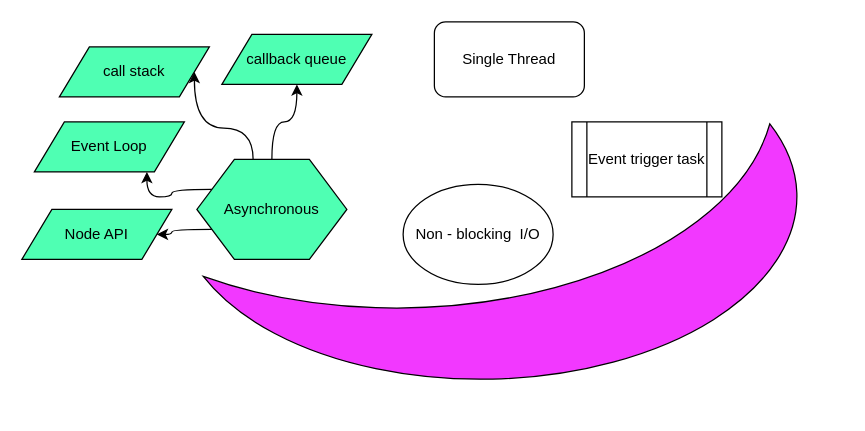
The draw.io diagram My Articles/draw.io/node.js/Node Provides.drawio in anbarasan-raji/books, before the edit. Source tidied: cells renumbered, new cells numbered last; positions are measured from the earlier drawing's top-left corner, leaving out a move shared by most shapes. Both pictures are drawn from the tidied source at 125%, with x=0, y=0 at pixel (21, -54).
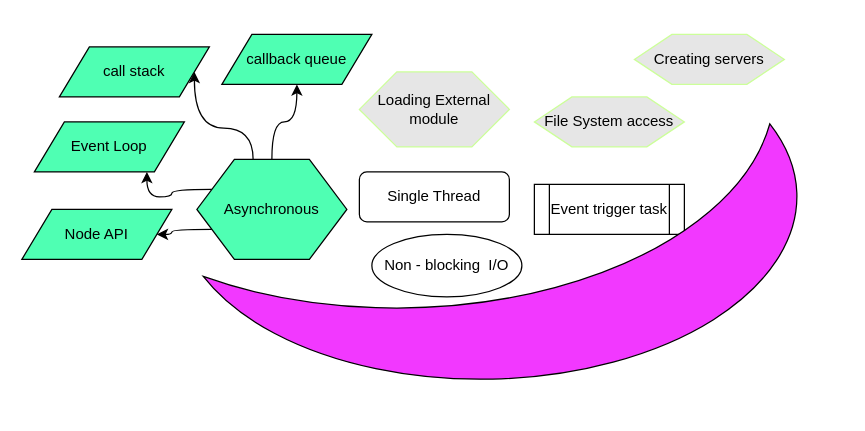
The same page after the edit.

Diff of the diagram source:
```diff
@@
 <mxGraphModel>
   <root>
     <mxCell id="0" />
     <mxCell id="1" parent="0" />
     <mxCell id="2" value="Single Thread" style="rounded=1;whiteSpace=wrap;html=1;" parent="1" vertex="1">
-      <mxGeometry x="330" y="60" width="120" height="60" as="geometry" />
+      <mxGeometry x="270" y="180" width="120" height="40" as="geometry" />
     </mxCell>
     <mxCell id="3" value="Event trigger task" style="shape=process;whiteSpace=wrap;html=1;backgroundOutline=1;" parent="1" vertex="1">
-      <mxGeometry x="440" y="140" width="120" height="60" as="geometry" />
+      <mxGeometry x="410" y="190" width="120" height="40" as="geometry" />
     </mxCell>
     <mxCell id="4" style="edgeStyle=orthogonalEdgeStyle;rounded=0;jettySize=auto;html=1;exitX=0.5;exitY=0;exitDx=0;exitDy=0;entryX=0.5;entryY=1;entryDx=0;entryDy=0;curved=1;" parent="1" edge="1" source="8" target="12">
       <mxGeometry relative="1" as="geometry" />
     </mxCell>
     <mxCell id="5" style="edgeStyle=orthogonalEdgeStyle;curved=1;rounded=0;jettySize=auto;html=1;exitX=0.375;exitY=0;exitDx=0;exitDy=0;entryX=1;entryY=0.5;entryDx=0;entryDy=0;" parent="1" edge="1" source="8" target="11">
       <mxGeometry relative="1" as="geometry" />
     </mxCell>
     <mxCell id="6" style="edgeStyle=orthogonalEdgeStyle;curved=1;rounded=0;jettySize=auto;html=1;exitX=0;exitY=0.75;exitDx=0;exitDy=0;entryX=1;entryY=0.5;entryDx=0;entryDy=0;" parent="1" edge="1" source="8" target="13">
       <mxGeometry relative="1" as="geometry" />
     </mxCell>
     <mxCell id="7" style="edgeStyle=orthogonalEdgeStyle;curved=1;rounded=0;jettySize=auto;html=1;exitX=0;exitY=0.25;exitDx=0;exitDy=0;entryX=0.75;entryY=1;entryDx=0;entryDy=0;" parent="1" edge="1" source="8" target="14">
       <mxGeometry relative="1" as="geometry" />
     </mxCell>
     <mxCell id="8" value="Asynchronous" style="shape=hexagon;perimeter=hexagonPerimeter2;whiteSpace=wrap;html=1;fillColor=#4FFFB3;" parent="1" vertex="1">
       <mxGeometry x="140" y="170" width="120" height="80" as="geometry" />
     </mxCell>
     <mxCell id="9" value="Non - blocking&amp;nbsp; I/O" style="ellipse;whiteSpace=wrap;html=1;" parent="1" vertex="1">
-      <mxGeometry x="305" y="190" width="120" height="80" as="geometry" />
+      <mxGeometry x="280" y="230" width="120" height="50" as="geometry" />
     </mxCell>
     <mxCell id="10" style="verticalLabelPosition=bottom;verticalAlign=top;html=1;shape=mxgraph.basic.moon;rotation=-91;fillColor=#F238FF;" parent="1" vertex="1">
       <mxGeometry x="290" width="220" height="510" as="geometry" />
     </mxCell>
     <mxCell id="11" value="call stack" style="shape=parallelogram;perimeter=parallelogramPerimeter;whiteSpace=wrap;html=1;fillColor=#4FFFB3;" parent="1" vertex="1">
       <mxGeometry x="30" y="80" width="120" height="40" as="geometry" />
     </mxCell>
     <mxCell id="12" value="callback queue" style="shape=parallelogram;perimeter=parallelogramPerimeter;whiteSpace=wrap;html=1;fillColor=#4FFFB3;" parent="1" vertex="1">
       <mxGeometry x="160" y="70" width="120" height="40" as="geometry" />
     </mxCell>
     <mxCell id="13" value="Node API" style="shape=parallelogram;perimeter=parallelogramPerimeter;whiteSpace=wrap;html=1;fillColor=#4FFFB3;" parent="1" vertex="1">
       <mxGeometry y="210" width="120" height="40" as="geometry" />
     </mxCell>
     <mxCell id="14" value="Event Loop" style="shape=parallelogram;perimeter=parallelogramPerimeter;whiteSpace=wrap;html=1;fillColor=#4FFFB3;" parent="1" vertex="1">
       <mxGeometry x="10" y="140" width="120" height="40" as="geometry" />
     </mxCell>
+    <mxCell id="15" value="File System access" style="shape=hexagon;perimeter=hexagonPerimeter2;whiteSpace=wrap;html=1;strokeColor=#CCFF99;fillColor=#E6E6E6;" parent="1" vertex="1">
+      <mxGeometry x="410" y="120" width="120" height="40" as="geometry" />
+    </mxCell>
+    <mxCell id="16" value="Creating servers" style="shape=hexagon;perimeter=hexagonPerimeter2;whiteSpace=wrap;html=1;strokeColor=#CCFF99;fillColor=#E6E6E6;" parent="1" vertex="1">
+      <mxGeometry x="490" y="70" width="120" height="40" as="geometry" />
+    </mxCell>
+    <mxCell id="17" value="Loading External module" style="shape=hexagon;perimeter=hexagonPerimeter2;whiteSpace=wrap;html=1;strokeColor=#CCFF99;fillColor=#E6E6E6;" parent="1" vertex="1">
+      <mxGeometry x="270" y="100" width="120" height="60" as="geometry" />
+    </mxCell>
   </root>
 </mxGraphModel>
```
